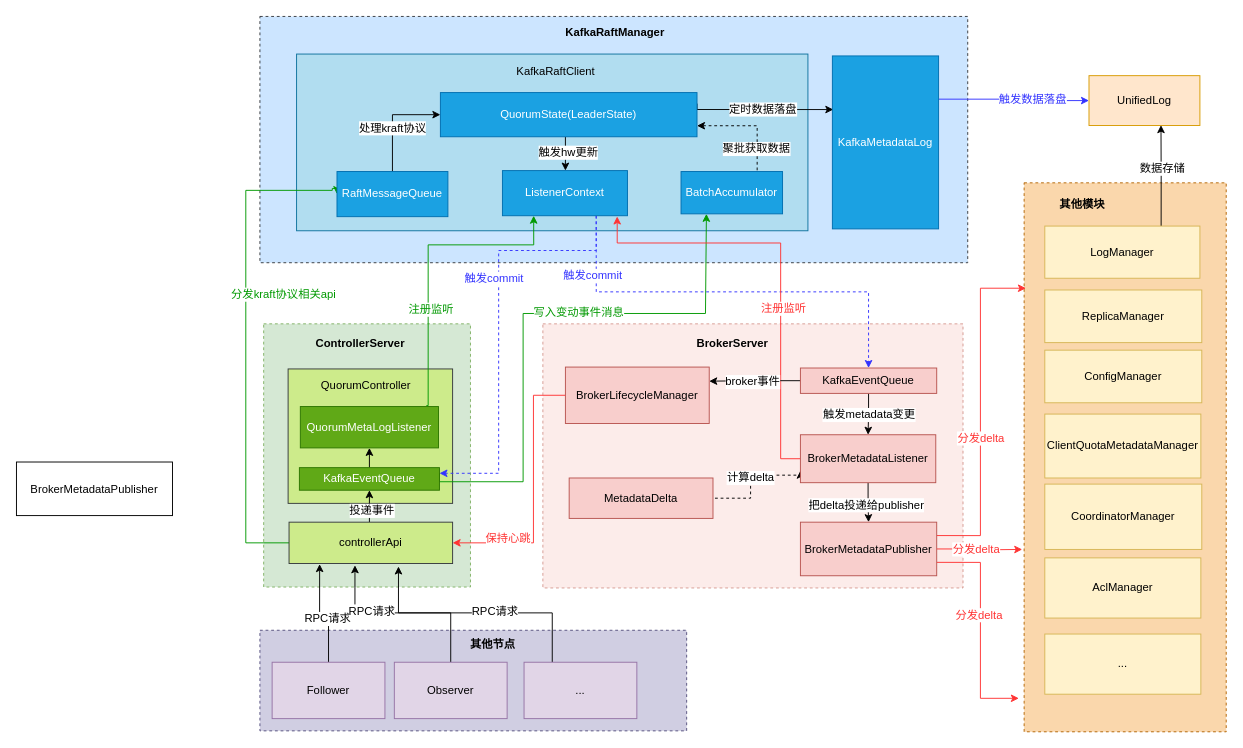
Before: page "第 7 页" (7 of 9) of controller.drawio in jameslcj/myBlog, a draw.io diagram. Source tidied: cells renumbered, new cells numbered last; positions are measured from the earlier drawing's top-left corner, leaving out a move shared by most shapes. Both pictures are drawn from the tidied source at 94%, with x=0, y=0 at pixel (16, 16).
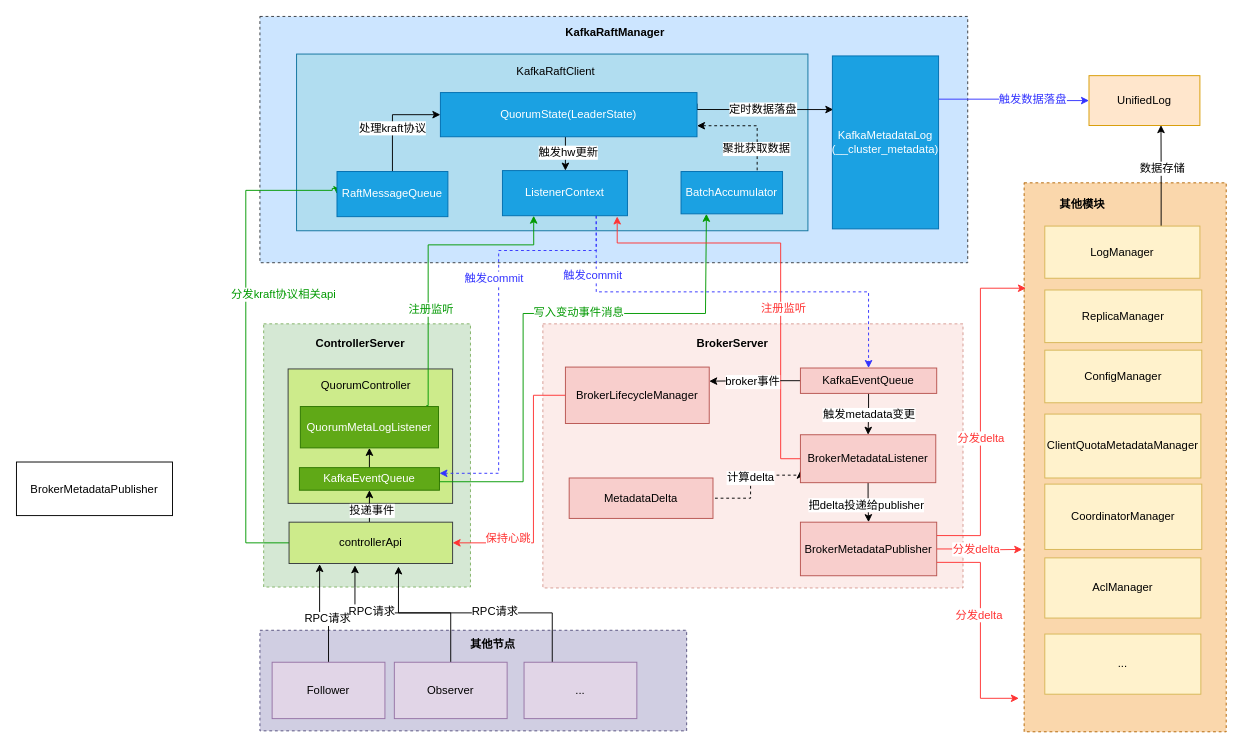
After the change.

Diff of the diagram source:
```diff
@@
-    <mxCell id="38" value="KafkaMetadataLog" style="whiteSpace=wrap;html=1;fontColor=#ffffff;rounded=0;fillColor=#1ba1e2;strokeColor=#006EAF;" parent="1" vertex="1">
+    <mxCell id="38" value="KafkaMetadataLog&lt;br&gt;(__cluster_metadata)" style="whiteSpace=wrap;html=1;fontColor=#ffffff;rounded=0;fillColor=#1ba1e2;strokeColor=#006EAF;" parent="1" vertex="1">
       <mxGeometry x="868" y="42" width="113" height="184" as="geometry" />
     </mxCell>
```
